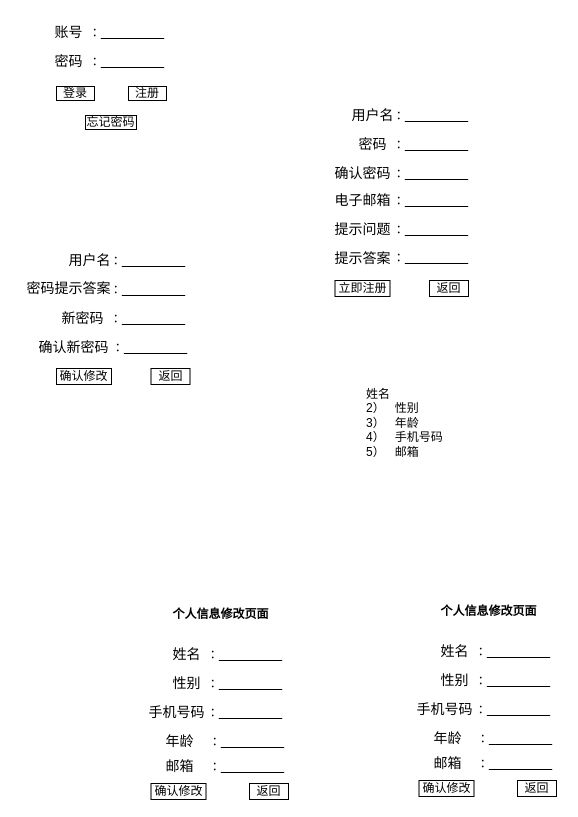
Earlier version of the draw.io diagram page "第 3 页" (3 of 6) of software.drawio (chensiyi0904/draw.io). Source tidied: cells renumbered, new cells numbered last; positions are measured from the earlier drawing's top-left corner, leaving out a move shared by most shapes. Both pictures are drawn from the tidied source at 100%, with x=0, y=0 at pixel (17, 17).
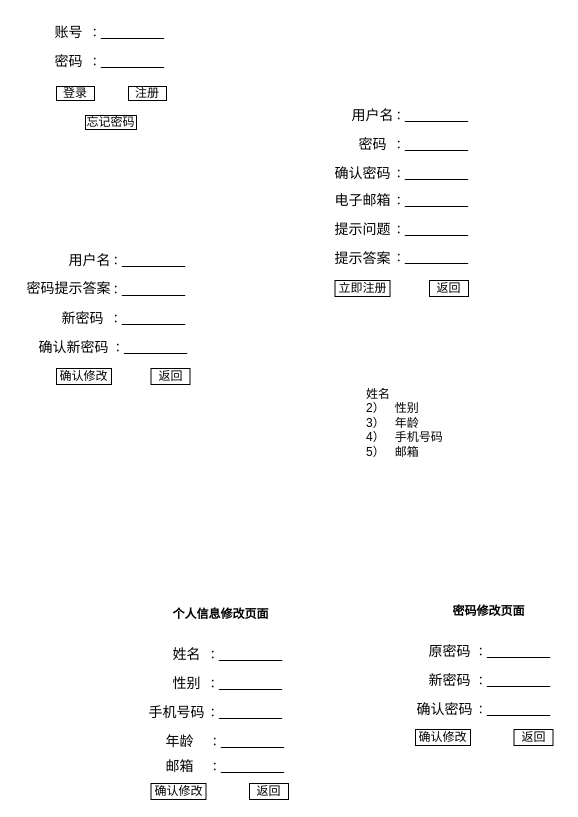
The same page after the edit.

The edit, as a diff of the source:
```diff
@@
-    <mxCell id="47" value="&lt;font style=&quot;font-size: 14px;&quot;&gt;姓名&lt;/font&gt;" style="text;html=1;align=center;verticalAlign=middle;strokeColor=none;fillColor=none;" parent="1" vertex="1">
-      <mxGeometry x="414" y="619" width="46" height="29" as="geometry" />
+    <mxCell id="47" value="&lt;font style=&quot;font-size: 14px;&quot;&gt;原密码&lt;/font&gt;" style="text;html=1;align=center;verticalAlign=middle;strokeColor=none;fillColor=none;" parent="1" vertex="1">
+      <mxGeometry x="401.5" y="619" width="60" height="29" as="geometry" />
     </mxCell>
@@
-    <mxCell id="49" value="&lt;font style=&quot;font-size: 14px;&quot;&gt;性别&lt;/font&gt;" style="text;html=1;align=center;verticalAlign=middle;strokeColor=none;fillColor=none;" parent="1" vertex="1">
-      <mxGeometry x="414" y="648" width="46" height="29" as="geometry" />
+    <mxCell id="49" value="&lt;font style=&quot;font-size: 14px;&quot;&gt;新密码&lt;/font&gt;" style="text;html=1;align=center;verticalAlign=middle;strokeColor=none;fillColor=none;" parent="1" vertex="1">
+      <mxGeometry x="401.5" y="648" width="60" height="29" as="geometry" />
     </mxCell>
@@
-    <mxCell id="51" value="&lt;font style=&quot;font-size: 14px;&quot;&gt;手机号码&lt;/font&gt;" style="text;html=1;align=center;verticalAlign=middle;strokeColor=none;fillColor=none;" parent="1" vertex="1">
+    <mxCell id="51" value="&lt;font style=&quot;font-size: 14px;&quot;&gt;确认密码&lt;/font&gt;" style="text;html=1;align=center;verticalAlign=middle;strokeColor=none;fillColor=none;" parent="1" vertex="1">
       <mxGeometry x="390" y="677" width="74" height="29" as="geometry" />
     </mxCell>
@@
     <mxCell id="53" value="确认修改" style="rounded=0;whiteSpace=wrap;html=1;" parent="1" vertex="1">
-      <mxGeometry x="401.5" y="763" width="55" height="16" as="geometry" />
+      <mxGeometry x="398" y="712" width="55" height="16" as="geometry" />
     </mxCell>
     <mxCell id="54" value="返回" style="rounded=0;whiteSpace=wrap;html=1;" parent="1" vertex="1">
-      <mxGeometry x="500" y="763" width="39" height="16" as="geometry" />
+      <mxGeometry x="496.5" y="712" width="39" height="16" as="geometry" />
     </mxCell>
-    <mxCell id="55" value="&lt;font style=&quot;font-size: 14px;&quot;&gt;年龄&lt;/font&gt;" style="text;html=1;align=center;verticalAlign=middle;strokeColor=none;fillColor=none;" parent="1" vertex="1">
-      <mxGeometry x="406.5" y="706" width="46" height="29" as="geometry" />
-    </mxCell>
-    <mxCell id="56" value="：&lt;u&gt;&amp;nbsp; &amp;nbsp; &amp;nbsp; &amp;nbsp; &amp;nbsp; &amp;nbsp; &amp;nbsp; &amp;nbsp; &amp;nbsp; &amp;nbsp;&lt;/u&gt;" style="text;html=1;align=center;verticalAlign=middle;strokeColor=none;fillColor=none;" parent="1" vertex="1">
-      <mxGeometry x="450.5" y="709" width="93" height="26" as="geometry" />
-    </mxCell>
-    <mxCell id="57" value="&lt;b&gt;个人信息修改页面&lt;/b&gt;" style="text;html=1;align=center;verticalAlign=middle;strokeColor=none;fillColor=none;" parent="1" vertex="1">
-      <mxGeometry x="414" y="581" width="114" height="26" as="geometry" />
+    <mxCell id="57" value="&lt;b&gt;密码修改页面&lt;/b&gt;" style="text;html=1;align=center;verticalAlign=middle;strokeColor=none;fillColor=none;" parent="1" vertex="1">
+      <mxGeometry x="426" y="581" width="90" height="26" as="geometry" />
     </mxCell>
-    <mxCell id="58" value="&lt;font style=&quot;font-size: 14px;&quot;&gt;邮箱&lt;/font&gt;" style="text;html=1;align=center;verticalAlign=middle;strokeColor=none;fillColor=none;" parent="1" vertex="1">
-      <mxGeometry x="406.5" y="731" width="46" height="29" as="geometry" />
-    </mxCell>
-    <mxCell id="59" value="：&lt;u&gt;&amp;nbsp; &amp;nbsp; &amp;nbsp; &amp;nbsp; &amp;nbsp; &amp;nbsp; &amp;nbsp; &amp;nbsp; &amp;nbsp; &amp;nbsp;&lt;/u&gt;" style="text;html=1;align=center;verticalAlign=middle;strokeColor=none;fillColor=none;" parent="1" vertex="1">
-      <mxGeometry x="450.5" y="734" width="93" height="26" as="geometry" />
-    </mxCell>
```
